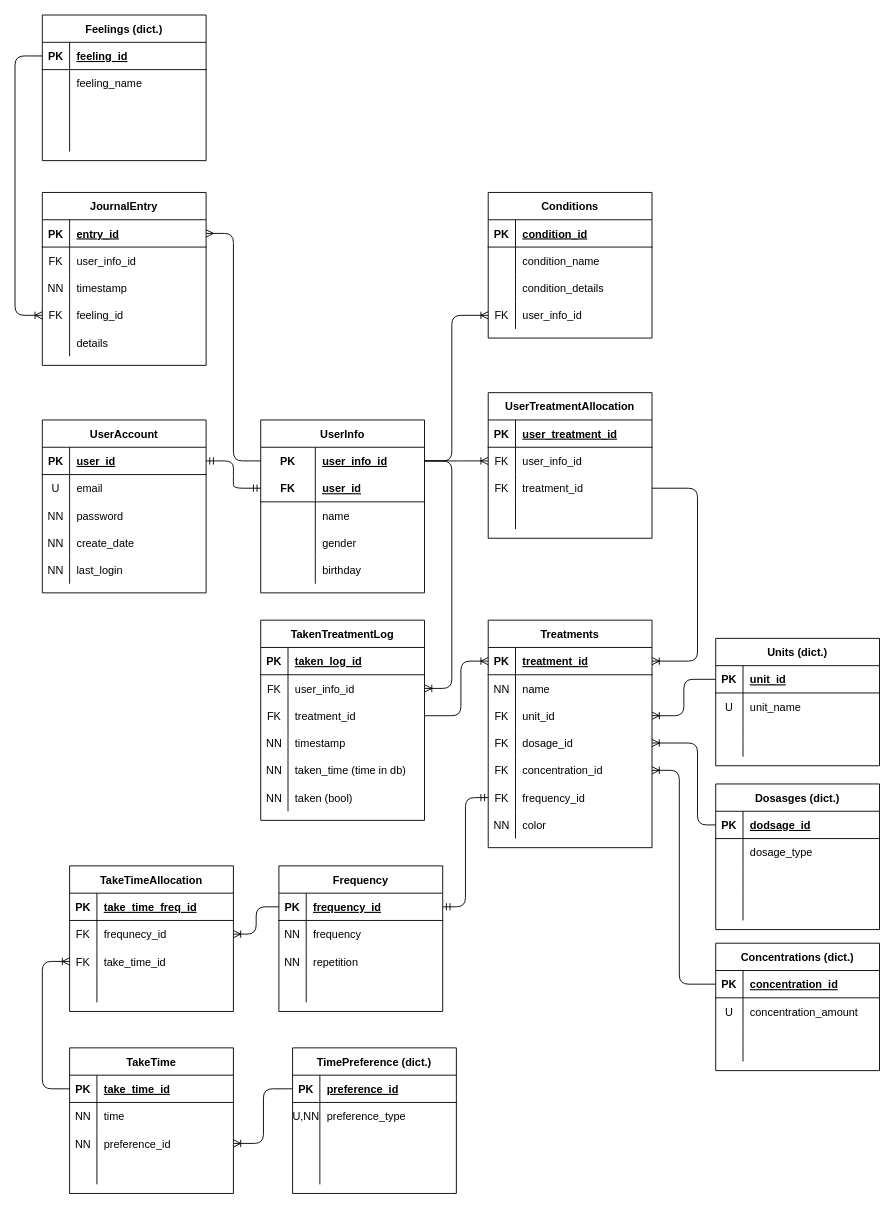
Above: db_diagram.drawio in Medi-medication-reminder-app/medi-database (draw.io), before the change. Source tidied: cells renumbered, new cells numbered last; positions are measured from the earlier drawing's top-left corner, leaving out a move shared by most shapes. Both pictures are drawn from the tidied source at 91%, with x=0, y=0 at pixel (15, 15).
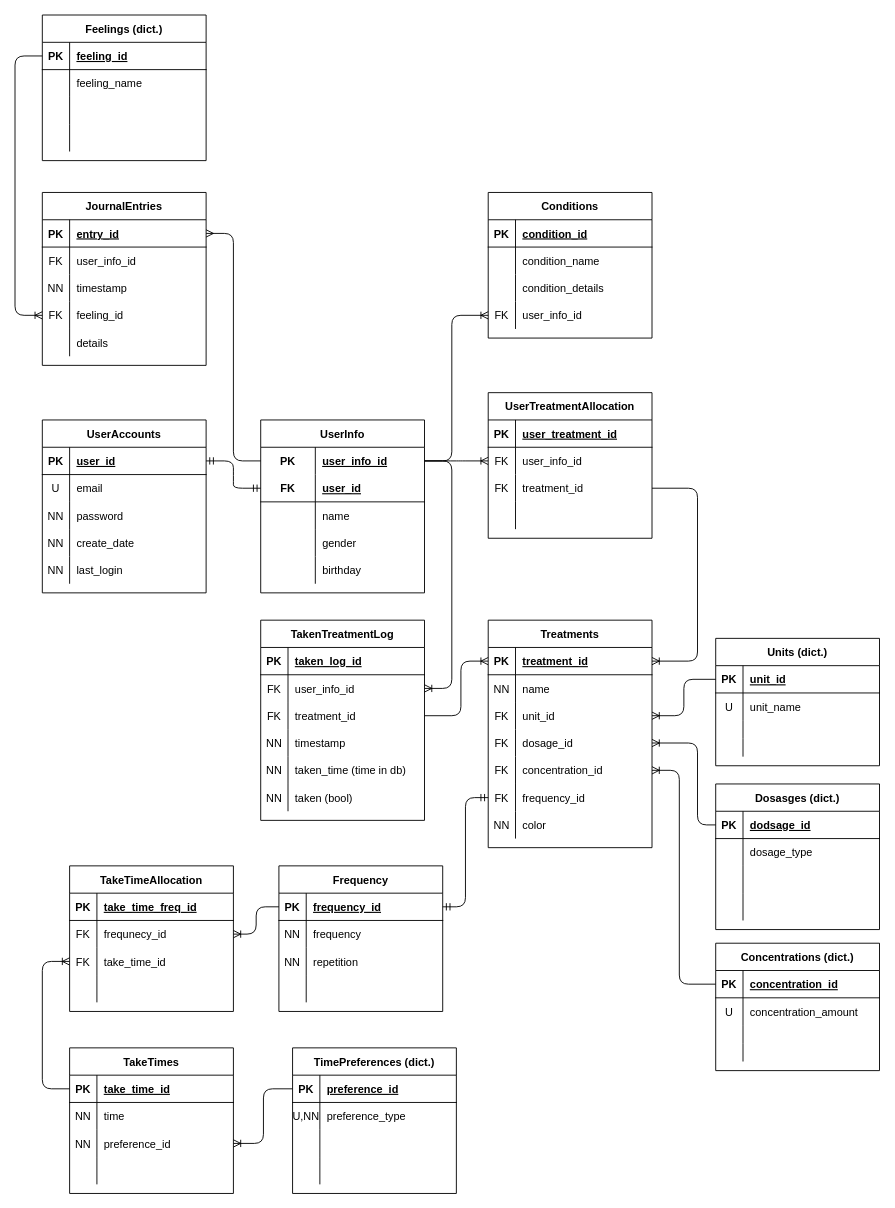
After the change.

Commit message (it also covers changes not shown here):
add init database script

What changed in the source:
```diff
@@
-    <mxCell id="2" value="UserAccount" style="shape=table;startSize=30;childLayout=tableLayout;rowLines=0;fontStyle=1;align=center;" parent="1" vertex="1">
+    <mxCell id="2" value="UserAccounts" style="shape=table;startSize=30;childLayout=tableLayout;rowLines=0;fontStyle=1;align=center;" parent="1" vertex="1">
       <mxGeometry x="30" y="445" width="180" height="190" as="geometry" />
     </mxCell>
@@
-    <mxCell id="129" value="TakeTime" style="shape=table;startSize=30;childLayout=tableLayout;rowLines=0;fontStyle=1;align=center;" parent="1" vertex="1">
+    <mxCell id="129" value="TakeTimes" style="shape=table;startSize=30;childLayout=tableLayout;rowLines=0;fontStyle=1;align=center;" parent="1" vertex="1">
       <mxGeometry x="60" y="1135" width="180" height="160" as="geometry" />
     </mxCell>
@@
-    <mxCell id="142" value="TimePreference (dict.)" style="shape=table;startSize=30;childLayout=tableLayout;rowLines=0;fontStyle=1;align=center;" parent="1" vertex="1">
+    <mxCell id="142" value="TimePreferences (dict.)" style="shape=table;startSize=30;childLayout=tableLayout;rowLines=0;fontStyle=1;align=center;" parent="1" vertex="1">
       <mxGeometry x="305" y="1135" width="180" height="160" as="geometry" />
     </mxCell>
@@
-    <mxCell id="157" value="JournalEntry" style="shape=table;startSize=30;childLayout=tableLayout;rowLines=0;fontStyle=1;align=center;" parent="1" vertex="1">
+    <mxCell id="157" value="JournalEntries" style="shape=table;startSize=30;childLayout=tableLayout;rowLines=0;fontStyle=1;align=center;" parent="1" vertex="1">
       <mxGeometry x="30" y="195" width="180" height="190" as="geometry" />
     </mxCell>
```
